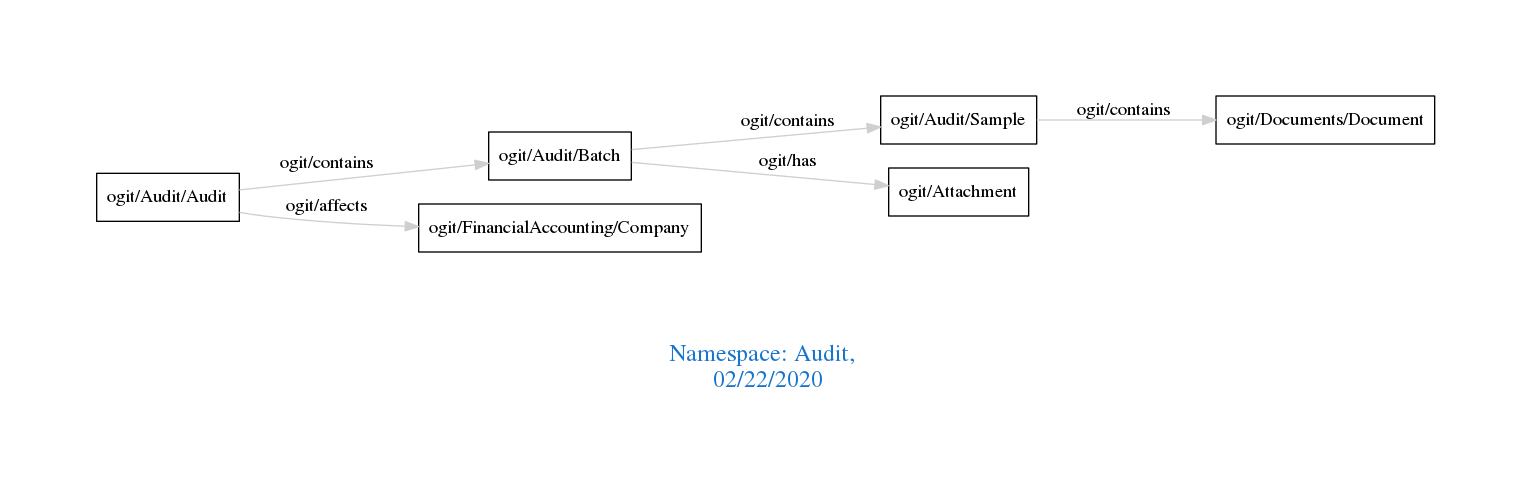
Above: downloads/Audit.png in arago/OGIT (Graphviz), before the change. Its source is kept beside it as downloads/Audit.dot.
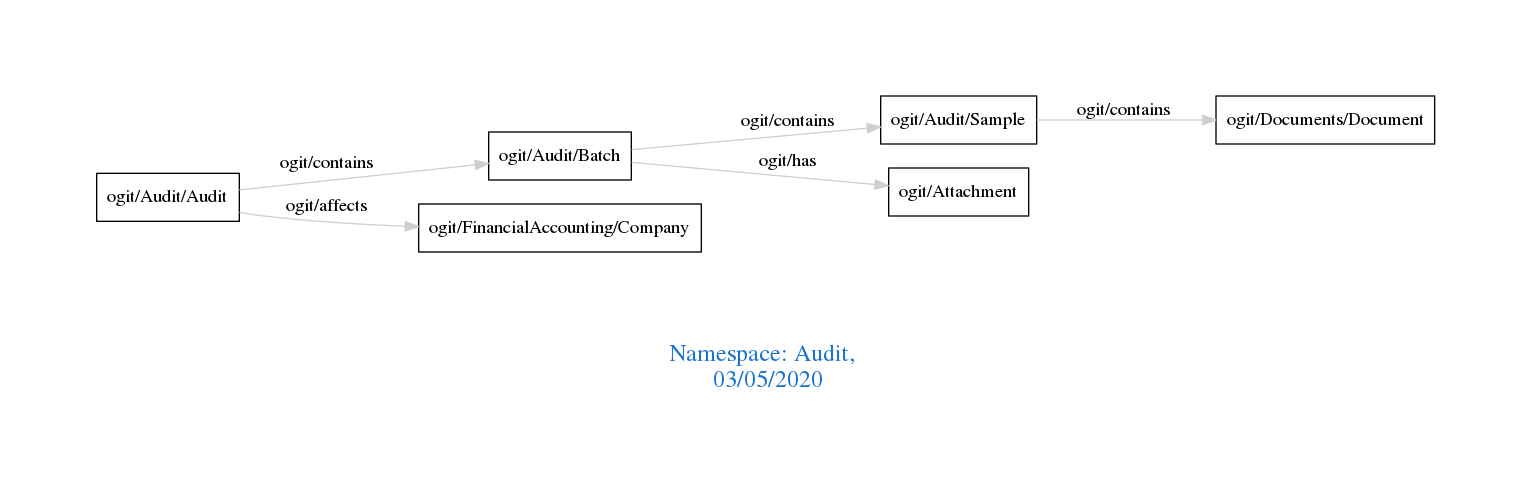
The same diagram one commit later.

The edit, as a diff of the source:
```diff
@@ -1,7 +1,7 @@
 digraph OGIT_ontology {
  graph [ rankdir= LR,pad=1
 fontsize = 18,
-fontcolor= dodgerblue3,label = "\n\n\nNamespace: Audit, \n 02/22/2020"];
+fontcolor= dodgerblue3,label = "\n\n\nNamespace: Audit, \n 03/05/2020"];
 node[shape=polygon];
 edge [  color="gray81"];
 
```
